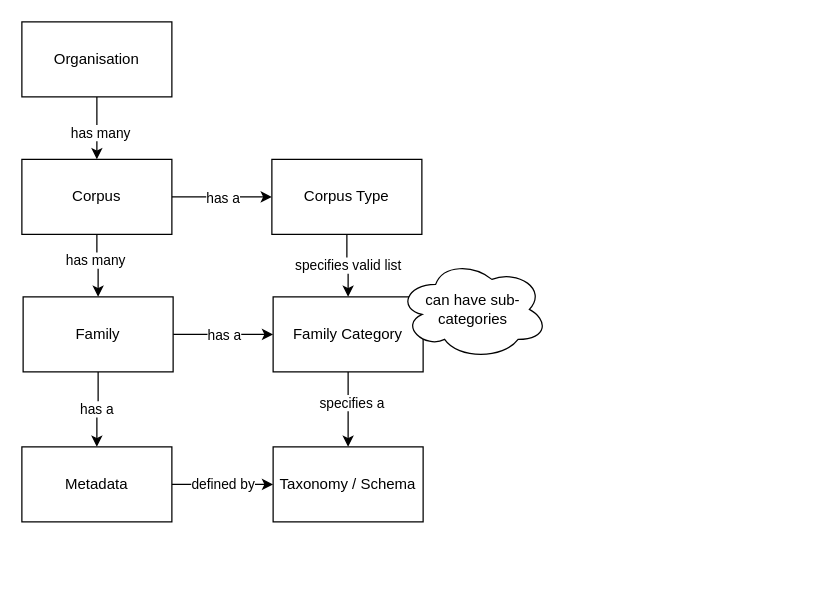
Before: Suggested.drawio in diversemix/scratch, a draw.io diagram. Source tidied: cells renumbered, new cells numbered last; positions are measured from the earlier drawing's top-left corner, leaving out a move shared by most shapes. Both pictures are drawn from the tidied source at 125%, with x=0, y=0 at pixel (21, 21).
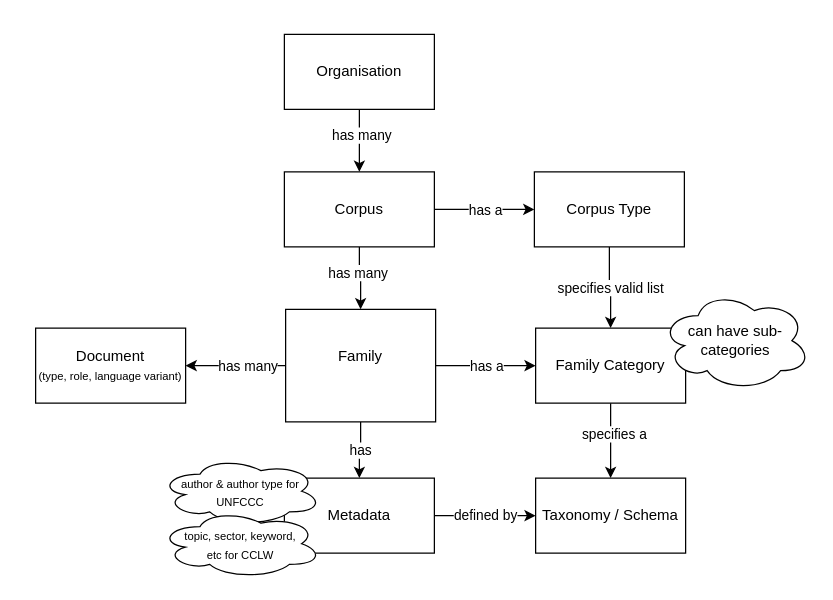
The same page after the edit.

Unchanged cells that the change refers to:
```xml
<mxCell id="7" style="edgeStyle=orthogonalEdgeStyle;rounded=0;jettySize=auto;html=1;entryX=0.5;entryY=0;entryDx=0;entryDy=0;" parent="1" edge="1" source="9" target="6">
  <mxGeometry relative="1" as="geometry" />
</mxCell>
```

The edit, as a diff of the source:
```diff
@@
     <mxCell id="6" value="Corpus" style="rounded=0;whiteSpace=wrap;html=1;" parent="1" vertex="1">
-      <mxGeometry y="110" width="120" height="60" as="geometry" />
+      <mxGeometry x="210" y="120" width="120" height="60" as="geometry" />
     </mxCell>
@@
     <mxCell id="8" value="has many" style="edgeLabel;html=1;align=center;verticalAlign=middle;" parent="7" vertex="1">
-      <mxGeometry x="0.1" y="2" relative="1" as="geometry" />
+      <mxGeometry x="0.1" y="2" relative="1" as="geometry">
+        <mxPoint x="-1" y="-8" as="offset" />
+      </mxGeometry>
     </mxCell>
     <mxCell id="9" value="Organisation" style="rounded=0;whiteSpace=wrap;html=1;" parent="1" vertex="1">
-      <mxGeometry width="120" height="60" as="geometry" />
+      <mxGeometry x="210" y="10" width="120" height="60" as="geometry" />
     </mxCell>
@@
     <mxCell id="11" value="Corpus Type" style="rounded=0;whiteSpace=wrap;html=1;" parent="1" vertex="1">
-      <mxGeometry x="200" y="110" width="120" height="60" as="geometry" />
+      <mxGeometry x="410" y="120" width="120" height="60" as="geometry" />
     </mxCell>
@@
     <mxCell id="14" value="Family Category" style="rounded=0;whiteSpace=wrap;html=1;" parent="1" vertex="1">
-      <mxGeometry x="201" y="220" width="120" height="60" as="geometry" />
+      <mxGeometry x="411" y="245" width="120" height="60" as="geometry" />
     </mxCell>
     <mxCell id="15" value="can have sub-categories" style="ellipse;shape=cloud;whiteSpace=wrap;html=1;" parent="1" vertex="1">
-      <mxGeometry x="301" y="190" width="120" height="80" as="geometry" />
+      <mxGeometry x="511" y="215" width="120" height="80" as="geometry" />
     </mxCell>
     <mxCell id="16" value="Taxonomy / Schema" style="rounded=0;whiteSpace=wrap;html=1;" parent="1" vertex="1">
-      <mxGeometry x="201" y="340" width="120" height="60" as="geometry" />
+      <mxGeometry x="411" y="365" width="120" height="60" as="geometry" />
     </mxCell>
@@
-    <mxCell id="19" value="has a" style="edgeStyle=orthogonalEdgeStyle;rounded=0;jettySize=auto;html=1;" parent="1" edge="1" source="20" target="22">
+    <mxCell id="19" value="has" style="edgeStyle=orthogonalEdgeStyle;rounded=0;jettySize=auto;html=1;" parent="1" edge="1" source="20" target="22">
       <mxGeometry relative="1" as="geometry" />
     </mxCell>
+    <mxCell id="23" style="edgeStyle=orthogonalEdgeStyle;rounded=0;jettySize=auto;html=1;" parent="1" edge="1" source="20" target="25">
+      <mxGeometry relative="1" as="geometry" />
+    </mxCell>
+    <mxCell id="24" value="has many" style="edgeLabel;html=1;align=center;verticalAlign=middle;" parent="23" vertex="1">
+      <mxGeometry x="0.12" y="1" relative="1" as="geometry">
+        <mxPoint x="14" y="-1" as="offset" />
+      </mxGeometry>
+    </mxCell>
-    <mxCell id="20" value="Family" style="rounded=0;whiteSpace=wrap;html=1;" parent="1" vertex="1">
-      <mxGeometry x="1" y="220" width="120" height="60" as="geometry" />
+    <mxCell id="20" value="&lt;div&gt;Family&lt;/div&gt;&lt;div&gt;&lt;br&gt;&lt;/div&gt;" style="rounded=0;whiteSpace=wrap;html=1;" parent="1" vertex="1">
+      <mxGeometry x="211" y="230" width="120" height="90" as="geometry" />
     </mxCell>
@@
     <mxCell id="22" value="Metadata" style="rounded=0;whiteSpace=wrap;html=1;" parent="1" vertex="1">
-      <mxGeometry y="340" width="120" height="60" as="geometry" />
+      <mxGeometry x="210" y="365" width="120" height="60" as="geometry" />
     </mxCell>
+    <mxCell id="25" value="&lt;div&gt;Document&lt;/div&gt;&lt;div&gt;&lt;font style=&quot;font-size: 9px;&quot;&gt;(type, role, language variant)&lt;/font&gt;&lt;br&gt;&lt;/div&gt;" style="whiteSpace=wrap;html=1;rounded=0;" parent="1" vertex="1">
+      <mxGeometry x="11" y="245" width="120" height="60" as="geometry" />
+    </mxCell>
+    <mxCell id="26" value="&lt;font style=&quot;font-size: 9px;&quot;&gt;author &amp;amp; author type for UNFCCC&lt;br&gt;&lt;/font&gt;" style="ellipse;shape=cloud;whiteSpace=wrap;html=1;" parent="1" vertex="1">
+      <mxGeometry x="110" y="348" width="130" height="55" as="geometry" />
+    </mxCell>
+    <mxCell id="27" value="&lt;font style=&quot;font-size: 9px;&quot;&gt;topic, sector, keyword, &lt;br&gt;etc for CCLW&lt;br&gt;&lt;/font&gt;" style="ellipse;shape=cloud;whiteSpace=wrap;html=1;" parent="1" vertex="1">
+      <mxGeometry x="110" y="390" width="130" height="55" as="geometry" />
+    </mxCell>
```
